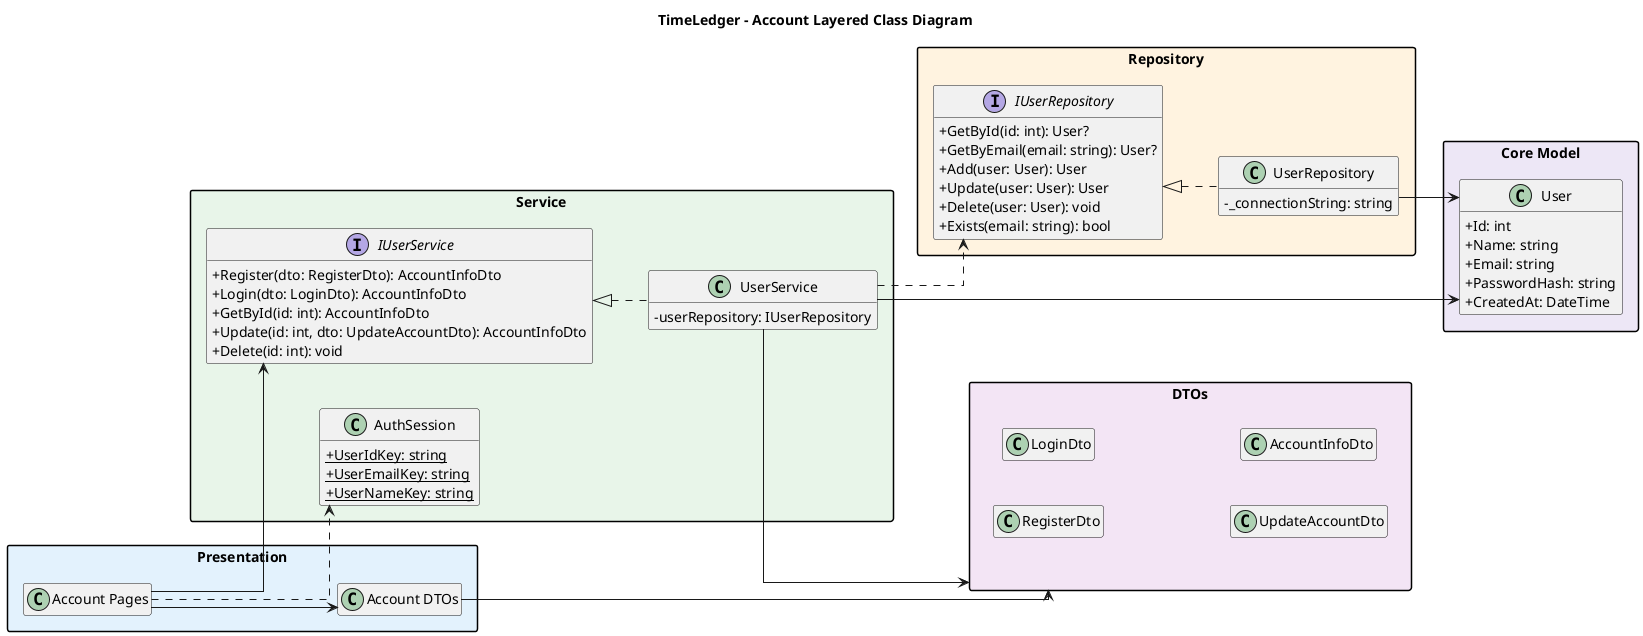
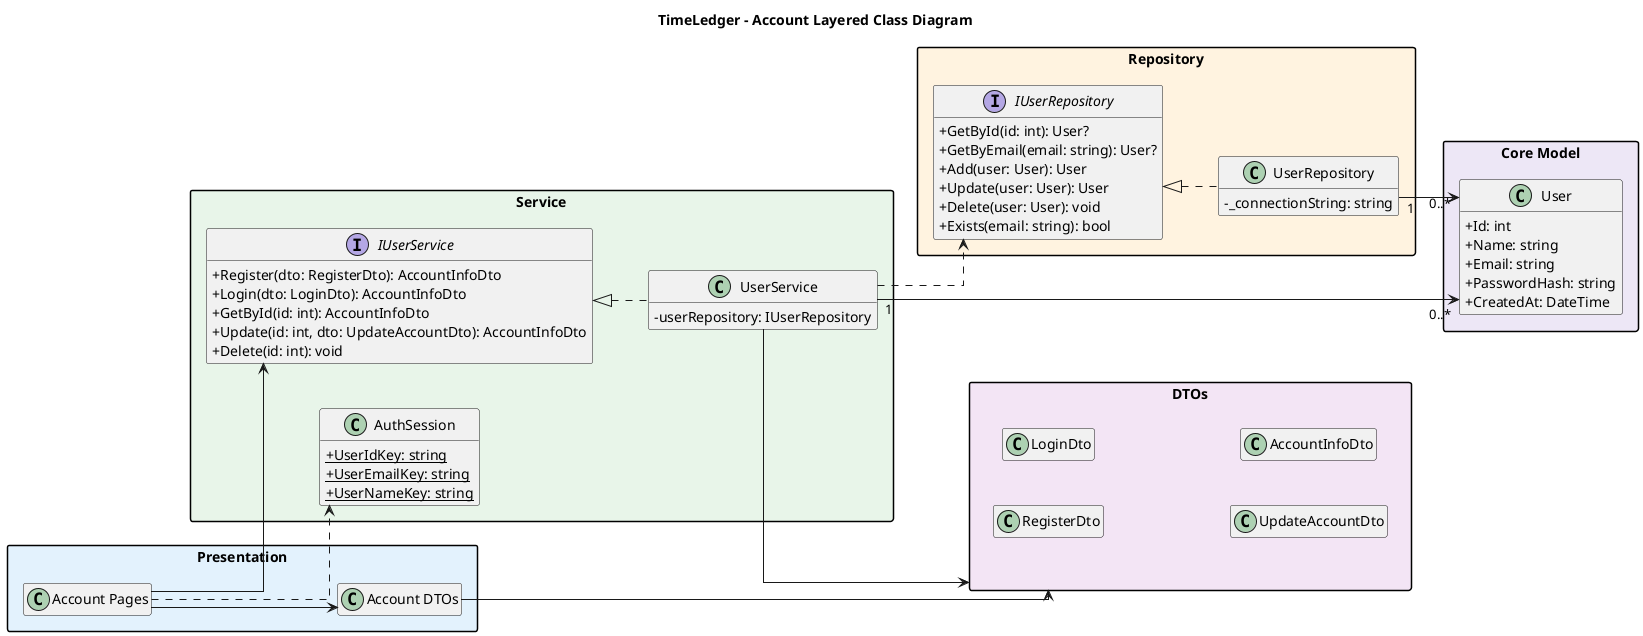
﻿@startuml
left to right direction
skinparam classAttributeIconSize 0
skinparam packageStyle rectangle
skinparam linetype ortho
skinparam nodesep 45
skinparam ranksep 55
hide empty members

title TimeLedger - Account Layered Class Diagram

package "Presentation" #E3F2FD {
  class "Account Pages" as AccountPages
  class "Account DTOs" as AccountDTOs
}

package "Service" #E8F5E9 {
  interface IUserService {
	+ Register(dto: RegisterDto): AccountInfoDto
	+ Login(dto: LoginDto): AccountInfoDto
	+ GetById(id: int): AccountInfoDto
	+ Update(id: int, dto: UpdateAccountDto): AccountInfoDto
	+ Delete(id: int): void
  }

  class UserService {
	- userRepository: IUserRepository
  }

  class AuthSession {
	+ {static} UserIdKey: string
	+ {static} UserEmailKey: string
	+ {static} UserNameKey: string
  }
}
package "Core Model" #EDE7F6 {
  class User {
	+ Id: int
	+ Name: string
	+ Email: string
	+ PasswordHash: string
	+ CreatedAt: DateTime
  }
}

package "DTOs" #F3E5F5 {
  class RegisterDto
  class LoginDto
  class UpdateAccountDto
  class AccountInfoDto
}



package "Repository" #FFF3E0 {
  interface IUserRepository  {
	+ GetById(id: int): User?
	+ GetByEmail(email: string): User?
	+ Add(user: User): User
	+ Update(user: User): User
	+ Delete(user: User): void
	+ Exists(email: string): bool
  }

  class UserRepository  {
	- _connectionString: string
  }
}

AccountPages --> IUserService
AccountPages ..> AuthSession
AccountPages --> AccountDTOs
AccountDTOs --> DTOs
IUserService <|.. UserService
UserService --> DTOs
- UserService --> User
+ UserService "1" --> "0..*" User
UserService ..> IUserRepository
IUserRepository <|.. UserRepository
- UserRepository --> User
+ UserRepository "1" --> "0..*" User

@enduml

